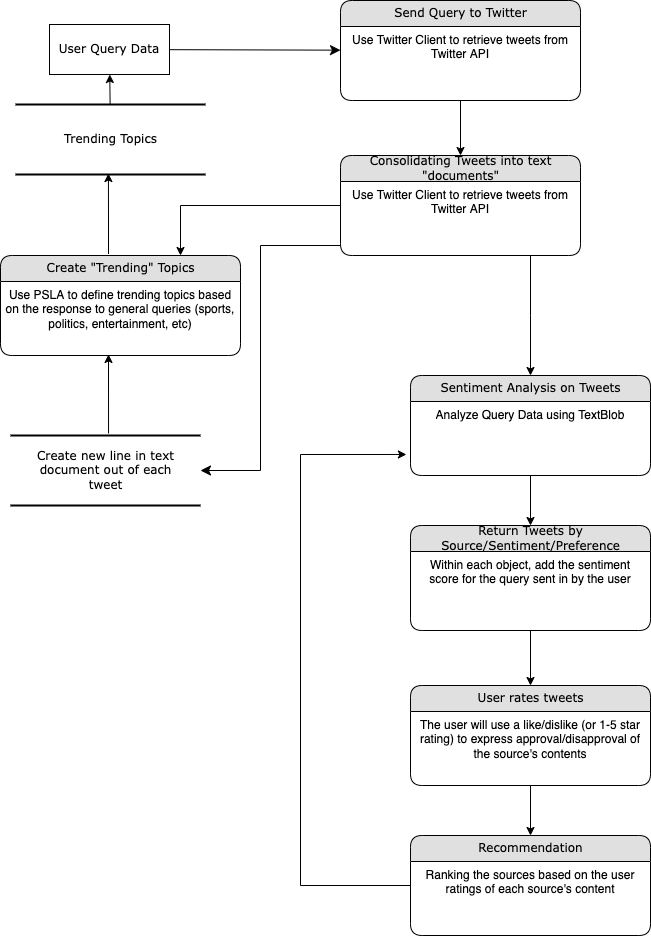
Before: .docs/Arch+Process Dia.png, a diagram exported from draw.io (PeterWJefferson/CourseProject). Source tidied: cells renumbered, new cells last; positions are measured from the earlier drawing's top-left corner, leaving out a move shared by most shapes.
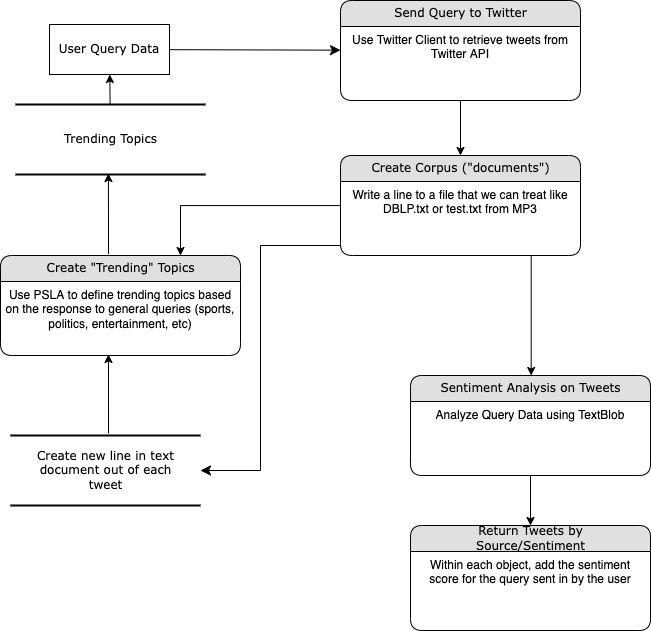
Above is the later version.

Commit message:
docs(diagram): updates workflow

What changed in the source:
```diff
@@ -44,49 +44,22 @@
     <mxCell id="13" value="Analyze Query Data using TextBlob" style="text;html=1;strokeColor=none;fillColor=none;spacingLeft=4;spacingRight=4;whiteSpace=wrap;overflow=hidden;points=[[0,0.5],[1,0.5]];portConstraint=eastwest;align=center;" parent="12" vertex="1">
       <mxGeometry y="26" width="240" height="74" as="geometry" />
     </mxCell>
-    <mxCell id="14" style="edgeStyle=orthogonalEdgeStyle;rounded=0;jettySize=auto;html=1;" parent="1" edge="1" source="15" target="18">
-      <mxGeometry relative="1" as="geometry" />
-    </mxCell>
-    <mxCell id="15" value="Return Tweets by&lt;br&gt;Source/Sentiment/Preference" style="swimlane;html=1;fontStyle=0;horizontal=1;startSize=26;fillColor=#e0e0e0;swimlaneFillColor=#ffffff;align=center;rounded=1;shadow=0;comic=0;labelBackgroundColor=none;strokeWidth=1;fontFamily=Verdana;fontSize=12;" parent="1" vertex="1">
+    <mxCell id="15" value="Return Tweets by&lt;br&gt;Source/Sentiment" style="swimlane;html=1;fontStyle=0;horizontal=1;startSize=26;fillColor=#e0e0e0;swimlaneFillColor=#ffffff;align=center;rounded=1;shadow=0;comic=0;labelBackgroundColor=none;strokeWidth=1;fontFamily=Verdana;fontSize=12;" parent="1" vertex="1">
       <mxGeometry x="410" y="525" width="240" height="105" as="geometry" />
     </mxCell>
     <mxCell id="16" value="Within each object, add the sentiment score for the query sent in by the user" style="text;html=1;strokeColor=none;fillColor=none;spacingLeft=4;spacingRight=4;whiteSpace=wrap;overflow=hidden;align=center;" parent="15" vertex="1">
       <mxGeometry y="26" width="240" height="74" as="geometry" />
     </mxCell>
-    <mxCell id="17" style="edgeStyle=orthogonalEdgeStyle;rounded=0;jettySize=auto;html=1;entryX=0.5;entryY=0;entryDx=0;entryDy=0;" parent="1" edge="1" source="18" target="20">
-      <mxGeometry relative="1" as="geometry" />
-    </mxCell>
-    <mxCell id="18" value="User rates tweets" style="swimlane;html=1;fontStyle=0;horizontal=1;startSize=26;fillColor=#e0e0e0;swimlaneFillColor=#ffffff;align=center;rounded=1;shadow=0;comic=0;labelBackgroundColor=none;strokeWidth=1;fontFamily=Verdana;fontSize=12;" parent="1" vertex="1">
-      <mxGeometry x="410" y="685" width="240" height="100" as="geometry" />
-    </mxCell>
-    <mxCell id="19" value="The user will use a like/dislike (or 1-5 star rating) to express approval/disapproval of the source's contents" style="text;html=1;strokeColor=none;fillColor=none;spacingLeft=4;spacingRight=4;whiteSpace=wrap;overflow=hidden;align=center;" parent="18" vertex="1">
-      <mxGeometry y="26" width="240" height="74" as="geometry" />
-    </mxCell>
-    <mxCell id="20" value="Recommendation" style="swimlane;html=1;fontStyle=0;horizontal=1;startSize=26;fillColor=#e0e0e0;swimlaneFillColor=#ffffff;align=center;rounded=1;shadow=0;comic=0;labelBackgroundColor=none;strokeWidth=1;fontFamily=Verdana;fontSize=12;" parent="1" vertex="1">
-      <mxGeometry x="410" y="835" width="240" height="100" as="geometry" />
-    </mxCell>
-    <mxCell id="21" value="Ranking the sources based on the user ratings of each source's content" style="text;html=1;strokeColor=none;fillColor=none;spacingLeft=4;spacingRight=4;whiteSpace=wrap;overflow=hidden;points=[[0,0.5],[1,0.5]];portConstraint=eastwest;align=center;" parent="20" vertex="1">
-      <mxGeometry y="26" width="240" height="74" as="geometry" />
-    </mxCell>
-    <mxCell id="22" style="edgeStyle=orthogonalEdgeStyle;rounded=0;jettySize=auto;html=1;exitX=0;exitY=0.338;exitDx=0;exitDy=0;exitPerimeter=0;entryX=-0.017;entryY=0.716;entryDx=0;entryDy=0;entryPerimeter=0;" parent="1" edge="1" source="21" target="13">
-      <mxGeometry relative="1" as="geometry">
-        <Array as="points">
-          <mxPoint x="410" y="885" />
-          <mxPoint x="300" y="885" />
-          <mxPoint x="300" y="454" />
-        </Array>
-      </mxGeometry>
-    </mxCell>
     <mxCell id="23" style="edgeStyle=elbowEdgeStyle;rounded=0;jettySize=auto;html=1;entryX=0.5;entryY=0;entryDx=0;entryDy=0;startArrow=none;startFill=0;endArrow=classic;endFill=1;" parent="1" edge="1" source="25" target="12">
       <mxGeometry relative="1" as="geometry" />
     </mxCell>
     <mxCell id="24" style="edgeStyle=orthogonalEdgeStyle;rounded=0;jettySize=auto;html=1;entryX=0.75;entryY=0;entryDx=0;entryDy=0;" parent="1" edge="1" source="25" target="28">
       <mxGeometry relative="1" as="geometry" />
     </mxCell>
-    <mxCell id="25" value="Consolidating Tweets into text&lt;br&gt;&quot;documents&quot;" style="swimlane;html=1;fontStyle=0;horizontal=1;startSize=26;fillColor=#e0e0e0;swimlaneFillColor=#ffffff;align=center;rounded=1;shadow=0;comic=0;labelBackgroundColor=none;strokeWidth=1;fontFamily=Verdana;fontSize=12;" parent="1" vertex="1">
+    <mxCell id="25" value="Create Corpus (&quot;documents&quot;)" style="swimlane;html=1;fontStyle=0;horizontal=1;startSize=26;fillColor=#e0e0e0;swimlaneFillColor=#ffffff;align=center;rounded=1;shadow=0;comic=0;labelBackgroundColor=none;strokeWidth=1;fontFamily=Verdana;fontSize=12;" parent="1" vertex="1">
       <mxGeometry x="340" y="155" width="240" height="100" as="geometry" />
     </mxCell>
-    <mxCell id="26" value="Use Twitter Client to retrieve tweets from Twitter API" style="text;html=1;strokeColor=none;fillColor=none;spacingLeft=4;spacingRight=4;whiteSpace=wrap;overflow=hidden;points=[[0,0.5],[1,0.5]];portConstraint=eastwest;align=center;" parent="25" vertex="1">
+    <mxCell id="26" value="Write a line to a file that we can treat like DBLP.txt or test.txt from MP3" style="text;html=1;strokeColor=none;fillColor=none;spacingLeft=4;spacingRight=4;whiteSpace=wrap;overflow=hidden;points=[[0,0.5],[1,0.5]];portConstraint=eastwest;align=center;" parent="25" vertex="1">
       <mxGeometry y="26" width="240" height="74" as="geometry" />
     </mxCell>
     <mxCell id="27" style="edgeStyle=orthogonalEdgeStyle;rounded=0;jettySize=auto;html=1;entryX=0.489;entryY=0.986;entryDx=0;entryDy=0;entryPerimeter=0;exitX=0.45;exitY=-0.015;exitDx=0;exitDy=0;exitPerimeter=0;" parent="1" edge="1" source="28" target="30">
```
